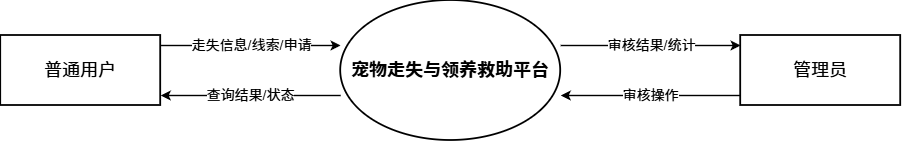
Before: docs/images/fig1-4-top-level-dfd.drawio.png, a diagram exported from draw.io (A-Words/pet-rescue-platform). Source tidied: cells renumbered, new cells last; positions are measured from the earlier drawing's top-left corner, leaving out a move shared by most shapes. Source of this version:
```xml
<mxGraphModel>
  <root>
    <mxCell id="0" />
    <mxCell id="1" parent="0" />
    <mxCell id="2" value="普通用户" style="rounded=0;whiteSpace=wrap;html=1;fillColor=none;strokeColor=#000000;strokeWidth=1.8;fontColor=#000000;fontSize=18;" parent="1" vertex="1">
      <mxGeometry x="0.2" y="35" width="160" height="70" as="geometry" />
    </mxCell>
    <mxCell id="3" value="宠物走失与领养救助平台" style="ellipse;whiteSpace=wrap;html=1;fillColor=none;strokeColor=#000000;strokeWidth=1.8;fontColor=#000000;fontSize=18;fontStyle=1;" parent="1" vertex="1">
      <mxGeometry x="340.2" width="220" height="140" as="geometry" />
    </mxCell>
    <mxCell id="4" value="管理员" style="rounded=0;whiteSpace=wrap;html=1;fillColor=none;strokeColor=#000000;strokeWidth=1.8;fontColor=#000000;fontSize=18;" parent="1" vertex="1">
      <mxGeometry x="740.2" y="35" width="160" height="70" as="geometry" />
    </mxCell>
    <mxCell id="5" value="走失信息/线索/申请" style="html=1;rounded=0;curved=0;edgeStyle=none;endArrow=classic;endFill=1;strokeColor=#000000;strokeWidth=1.4;fontColor=#000000;fontSize=14;" parent="1" edge="1">
      <mxGeometry relative="1" as="geometry">
        <mxPoint x="160.2" y="45" as="sourcePoint" />
        <mxPoint x="340.2" y="45" as="targetPoint" />
      </mxGeometry>
    </mxCell>
    <mxCell id="6" value="查询结果/状态" style="html=1;rounded=0;curved=0;edgeStyle=none;endArrow=classic;endFill=1;strokeColor=#000000;strokeWidth=1.4;fontColor=#000000;fontSize=14;" parent="1" edge="1">
      <mxGeometry relative="1" as="geometry">
        <mxPoint x="340.2" y="95" as="sourcePoint" />
        <mxPoint x="160.2" y="95" as="targetPoint" />
      </mxGeometry>
    </mxCell>
    <mxCell id="7" value="审核结果/统计" style="html=1;rounded=0;curved=0;edgeStyle=none;endArrow=classic;endFill=1;strokeColor=#000000;strokeWidth=1.4;fontColor=#000000;fontSize=14;" parent="1" edge="1">
      <mxGeometry relative="1" as="geometry">
        <mxPoint x="560.2" y="45" as="sourcePoint" />
        <mxPoint x="740.2" y="45" as="targetPoint" />
      </mxGeometry>
    </mxCell>
    <mxCell id="8" value="审核操作" style="html=1;rounded=0;curved=0;edgeStyle=none;endArrow=classic;endFill=1;strokeColor=#000000;strokeWidth=1.4;fontColor=#000000;fontSize=14;" parent="1" edge="1">
      <mxGeometry relative="1" as="geometry">
        <mxPoint x="740.2" y="95" as="sourcePoint" />
        <mxPoint x="560.2" y="95" as="targetPoint" />
      </mxGeometry>
    </mxCell>
  </root>
</mxGraphModel>
```
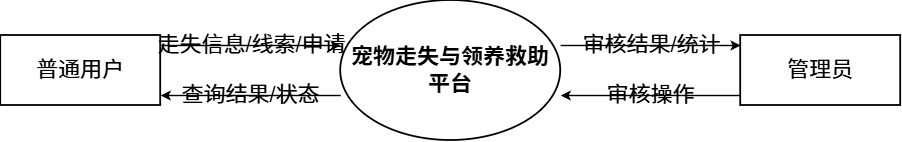
After the change.

The edit, as a diff of the source:
```diff
@@ -2,34 +2,34 @@
   <root>
     <mxCell id="0" />
     <mxCell id="1" parent="0" />
-    <mxCell id="2" value="普通用户" style="rounded=0;whiteSpace=wrap;html=1;fillColor=none;strokeColor=#000000;strokeWidth=1.8;fontColor=#000000;fontSize=18;" parent="1" vertex="1">
+    <mxCell id="2" value="普通用户" style="rounded=0;whiteSpace=wrap;html=1;fillColor=none;strokeColor=#000000;strokeWidth=1.8;fontColor=#000000;fontSize=22;labelBackgroundColor=none;" parent="1" vertex="1">
       <mxGeometry x="0.2" y="35" width="160" height="70" as="geometry" />
     </mxCell>
-    <mxCell id="3" value="宠物走失与领养救助平台" style="ellipse;whiteSpace=wrap;html=1;fillColor=none;strokeColor=#000000;strokeWidth=1.8;fontColor=#000000;fontSize=18;fontStyle=1;" parent="1" vertex="1">
+    <mxCell id="3" value="宠物走失与领养救助平台" style="ellipse;whiteSpace=wrap;html=1;fillColor=none;strokeColor=#000000;strokeWidth=1.8;fontColor=#000000;fontSize=22;fontStyle=1;labelBackgroundColor=none;" parent="1" vertex="1">
       <mxGeometry x="340.2" width="220" height="140" as="geometry" />
     </mxCell>
-    <mxCell id="4" value="管理员" style="rounded=0;whiteSpace=wrap;html=1;fillColor=none;strokeColor=#000000;strokeWidth=1.8;fontColor=#000000;fontSize=18;" parent="1" vertex="1">
+    <mxCell id="4" value="管理员" style="rounded=0;whiteSpace=wrap;html=1;fillColor=none;strokeColor=#000000;strokeWidth=1.8;fontColor=#000000;fontSize=22;labelBackgroundColor=none;" parent="1" vertex="1">
       <mxGeometry x="740.2" y="35" width="160" height="70" as="geometry" />
     </mxCell>
-    <mxCell id="5" value="走失信息/线索/申请" style="html=1;rounded=0;curved=0;edgeStyle=none;endArrow=classic;endFill=1;strokeColor=#000000;strokeWidth=1.4;fontColor=#000000;fontSize=14;" parent="1" edge="1">
+    <mxCell id="5" value="走失信息/线索/申请" style="html=1;rounded=0;curved=0;edgeStyle=none;endArrow=classic;endFill=1;strokeColor=#000000;strokeWidth=1.4;fontColor=#000000;fontSize=22;labelBackgroundColor=none;" parent="1" edge="1">
       <mxGeometry relative="1" as="geometry">
         <mxPoint x="160.2" y="45" as="sourcePoint" />
         <mxPoint x="340.2" y="45" as="targetPoint" />
       </mxGeometry>
     </mxCell>
-    <mxCell id="6" value="查询结果/状态" style="html=1;rounded=0;curved=0;edgeStyle=none;endArrow=classic;endFill=1;strokeColor=#000000;strokeWidth=1.4;fontColor=#000000;fontSize=14;" parent="1" edge="1">
+    <mxCell id="6" value="查询结果/状态" style="html=1;rounded=0;curved=0;edgeStyle=none;endArrow=classic;endFill=1;strokeColor=#000000;strokeWidth=1.4;fontColor=#000000;fontSize=22;labelBackgroundColor=none;" parent="1" edge="1">
       <mxGeometry relative="1" as="geometry">
         <mxPoint x="340.2" y="95" as="sourcePoint" />
         <mxPoint x="160.2" y="95" as="targetPoint" />
       </mxGeometry>
     </mxCell>
-    <mxCell id="7" value="审核结果/统计" style="html=1;rounded=0;curved=0;edgeStyle=none;endArrow=classic;endFill=1;strokeColor=#000000;strokeWidth=1.4;fontColor=#000000;fontSize=14;" parent="1" edge="1">
+    <mxCell id="7" value="审核结果/统计" style="html=1;rounded=0;curved=0;edgeStyle=none;endArrow=classic;endFill=1;strokeColor=#000000;strokeWidth=1.4;fontColor=#000000;fontSize=22;labelBackgroundColor=none;" parent="1" edge="1">
       <mxGeometry relative="1" as="geometry">
         <mxPoint x="560.2" y="45" as="sourcePoint" />
         <mxPoint x="740.2" y="45" as="targetPoint" />
       </mxGeometry>
     </mxCell>
-    <mxCell id="8" value="审核操作" style="html=1;rounded=0;curved=0;edgeStyle=none;endArrow=classic;endFill=1;strokeColor=#000000;strokeWidth=1.4;fontColor=#000000;fontSize=14;" parent="1" edge="1">
+    <mxCell id="8" value="审核操作" style="html=1;rounded=0;curved=0;edgeStyle=none;endArrow=classic;endFill=1;strokeColor=#000000;strokeWidth=1.4;fontColor=#000000;fontSize=22;labelBackgroundColor=none;" parent="1" edge="1">
       <mxGeometry relative="1" as="geometry">
         <mxPoint x="740.2" y="95" as="sourcePoint" />
         <mxPoint x="560.2" y="95" as="targetPoint" />
```
